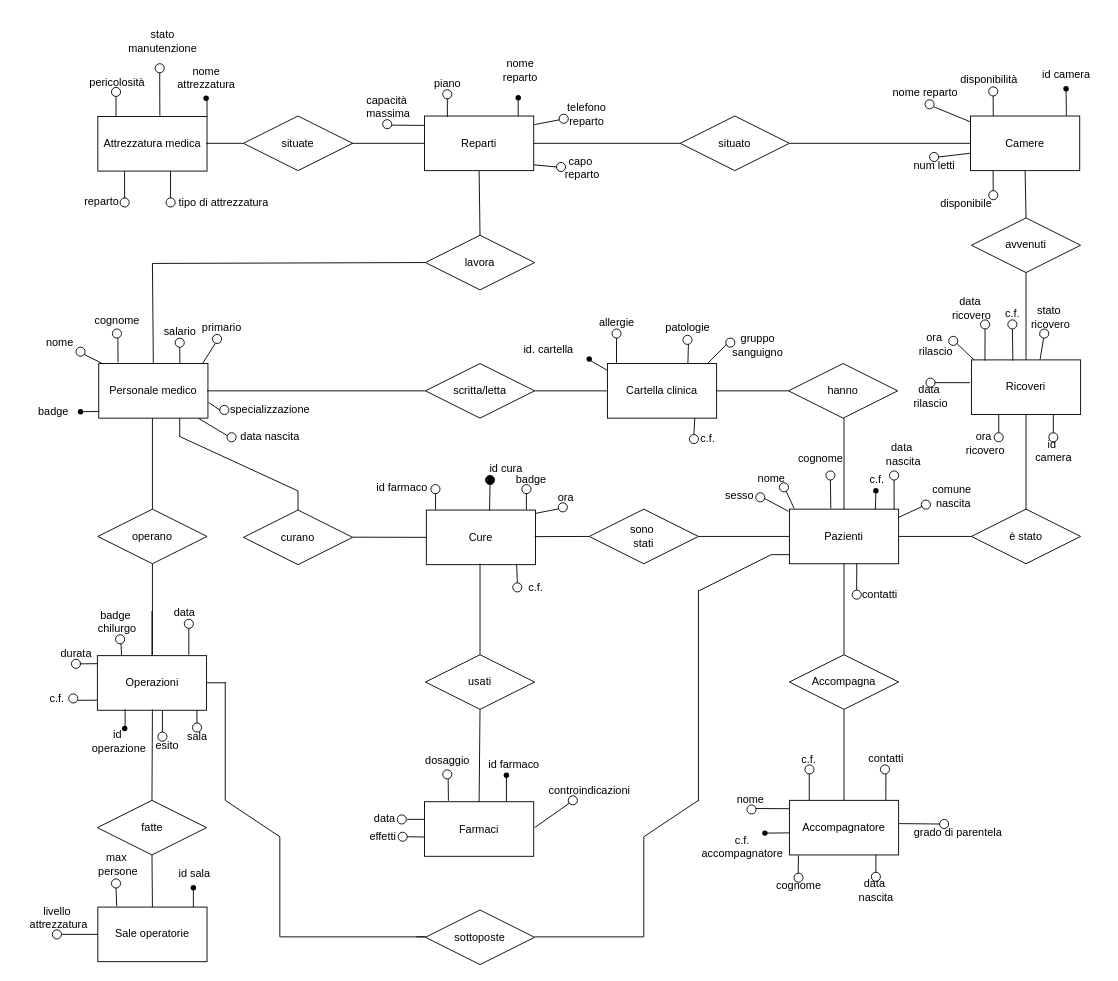
Above: ER-logica2.drawio in MicheleDioli/UniPD-database-project-2024 (draw.io), before the change. Source tidied: cells renumbered, new cells numbered last; positions are measured from the earlier drawing's top-left corner, leaving out a move shared by most shapes. Both pictures are drawn from the tidied source at 91%, with x=0, y=0 at pixel (15, 23).
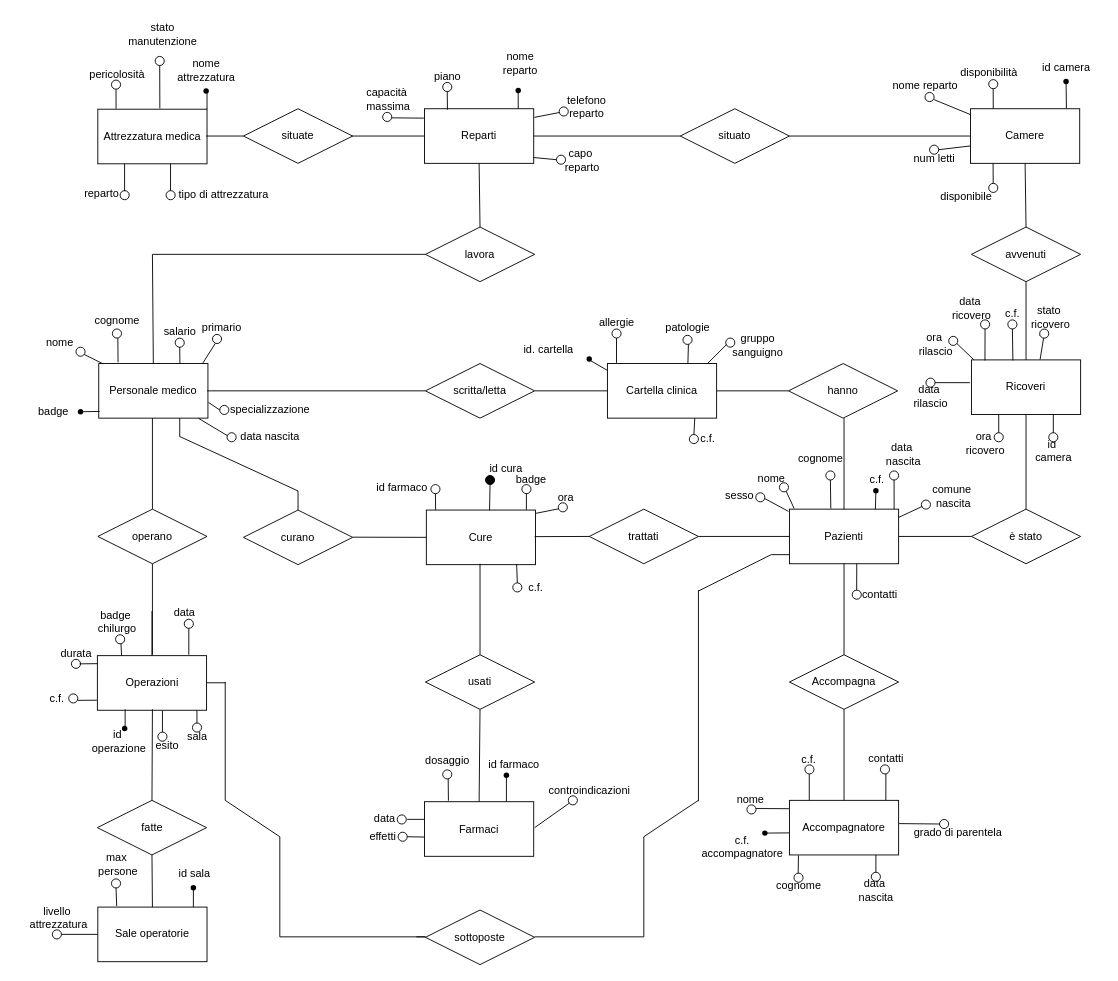
The same page after the edit.

The change refers to these unchanged cells:
```xml
<mxCell id="2" value="Personale medico" style="rounded=0;whiteSpace=wrap;html=1;" parent="1" vertex="1">
  <mxGeometry x="91" y="374" width="120" height="60" as="geometry" />
</mxCell>
<mxCell id="184" value="Ricoveri" style="rounded=0;whiteSpace=wrap;html=1;" parent="1" vertex="1">
  <mxGeometry x="1050" y="370" width="120" height="60" as="geometry" />
</mxCell>
```

The edit, as a diff of the source:
```diff
@@
     <mxCell id="5" value="Reparti" style="rounded=0;whiteSpace=wrap;html=1;" parent="1" vertex="1">
-      <mxGeometry x="449" y="102" width="120" height="60" as="geometry" />
+      <mxGeometry x="449" y="94" width="120" height="60" as="geometry" />
     </mxCell>
     <mxCell id="6" value="Camere" style="rounded=0;whiteSpace=wrap;html=1;" parent="1" vertex="1">
-      <mxGeometry x="1049" y="102" width="120" height="60" as="geometry" />
+      <mxGeometry x="1049" y="94" width="120" height="60" as="geometry" />
     </mxCell>
@@
     <mxCell id="12" value="lavora" style="shape=rhombus;perimeter=rhombusPerimeter;whiteSpace=wrap;html=1;align=center;" parent="1" vertex="1">
-      <mxGeometry x="450" y="233" width="120" height="60" as="geometry" />
+      <mxGeometry x="450" y="224" width="120" height="60" as="geometry" />
     </mxCell>
@@
     <mxCell id="28" value="id camera" style="text;html=1;align=center;verticalAlign=middle;strokeColor=none;fillColor=none;" parent="1" vertex="1">
-      <mxGeometry x="1114" y="42" width="80" height="30" as="geometry" />
+      <mxGeometry x="1114" y="34" width="80" height="30" as="geometry" />
     </mxCell>
     <mxCell id="29" value="num letti" style="text;html=1;align=center;verticalAlign=middle;strokeColor=none;fillColor=none;" parent="1" vertex="1">
-      <mxGeometry x="974" y="142" width="70" height="30" as="geometry" />
+      <mxGeometry x="974" y="134" width="70" height="30" as="geometry" />
     </mxCell>
@@
     <mxCell id="46" value="nome&lt;div&gt;attrezzatura&lt;/div&gt;" style="text;html=1;align=center;verticalAlign=middle;strokeColor=none;fillColor=none;" parent="1" vertex="1">
-      <mxGeometry x="164" y="39.5" width="90" height="40" as="geometry" />
+      <mxGeometry x="164" y="31.5" width="90" height="40" as="geometry" />
     </mxCell>
     <mxCell id="47" value="pericolosità" style="text;html=1;align=center;verticalAlign=middle;strokeColor=none;fillColor=none;" parent="1" vertex="1">
-      <mxGeometry x="71" y="49.5" width="80" height="30" as="geometry" />
+      <mxGeometry x="71" y="41.5" width="80" height="30" as="geometry" />
     </mxCell>
     <mxCell id="48" value="piano" style="text;html=1;align=center;verticalAlign=middle;strokeColor=none;fillColor=none;" parent="1" vertex="1">
-      <mxGeometry x="449" y="52.1" width="50" height="30" as="geometry" />
+      <mxGeometry x="449" y="44.1" width="50" height="30" as="geometry" />
     </mxCell>
@@
     <mxCell id="67" style="ellipse;whiteSpace=wrap;html=1;" parent="1" vertex="1">
-      <mxGeometry x="469" y="73.1" width="10" height="10" as="geometry" />
+      <mxGeometry x="469" y="65.1" width="10" height="10" as="geometry" />
     </mxCell>
     <mxCell id="68" style="endArrow=none;html=1;rounded=0;exitX=0.793;exitY=-0.001;exitDx=0;exitDy=0;exitPerimeter=0;" parent="1" edge="1">
       <mxGeometry relative="1" as="geometry">
-        <mxPoint x="474.2" y="103" as="sourcePoint" />
-        <mxPoint x="474" y="83.1" as="targetPoint" />
+        <mxPoint x="474.2" y="95" as="sourcePoint" />
+        <mxPoint x="474" y="75.1" as="targetPoint" />
       </mxGeometry>
     </mxCell>
@@
     <mxCell id="103" style="endArrow=none;html=1;rounded=0;exitX=0.172;exitY=-0.009;exitDx=0;exitDy=0;exitPerimeter=0;" parent="1" edge="1">
       <mxGeometry relative="1" as="geometry">
-        <mxPoint x="210" y="102.5" as="sourcePoint" />
-        <mxPoint x="210" y="82.5" as="targetPoint" />
+        <mxPoint x="210" y="94.5" as="sourcePoint" />
+        <mxPoint x="210" y="74.5" as="targetPoint" />
       </mxGeometry>
     </mxCell>
@@
     <mxCell id="122" style="ellipse;whiteSpace=wrap;html=1;" parent="1" vertex="1">
-      <mxGeometry x="105" y="70.5" width="10" height="10" as="geometry" />
+      <mxGeometry x="105" y="62.5" width="10" height="10" as="geometry" />
     </mxCell>
     <mxCell id="123" value="situate" style="shape=rhombus;perimeter=rhombusPerimeter;whiteSpace=wrap;html=1;align=center;" parent="1" vertex="1">
-      <mxGeometry x="250" y="102" width="120" height="60" as="geometry" />
+      <mxGeometry x="250" y="94" width="120" height="60" as="geometry" />
     </mxCell>
@@
     <mxCell id="125" style="endArrow=none;html=1;exitX=1;exitY=0.5;exitDx=0;exitDy=0;" parent="1" edge="1" source="153">
       <mxGeometry relative="1" as="geometry">
-        <mxPoint x="204" y="132.5" as="targetPoint" />
+        <mxPoint x="204" y="124.5" as="targetPoint" />
       </mxGeometry>
     </mxCell>
     <mxCell id="126" style="endArrow=none;html=1;" parent="1" edge="1">
       <mxGeometry relative="1" as="geometry">
-        <mxPoint x="169.9" y="192" as="sourcePoint" />
-        <mxPoint x="169.9" y="162" as="targetPoint" />
+        <mxPoint x="169.9" y="184" as="sourcePoint" />
+        <mxPoint x="169.9" y="154" as="targetPoint" />
       </mxGeometry>
     </mxCell>
     <mxCell id="127" style="ellipse;whiteSpace=wrap;html=1;" parent="1" vertex="1">
-      <mxGeometry x="165" y="192" width="10" height="10" as="geometry" />
+      <mxGeometry x="165" y="184" width="10" height="10" as="geometry" />
     </mxCell>
     <mxCell id="128" value="tipo di attrezzatura" style="text;html=1;align=center;verticalAlign=middle;strokeColor=none;fillColor=none;" parent="1" vertex="1">
-      <mxGeometry x="168" y="182" width="120" height="30" as="geometry" />
+      <mxGeometry x="168" y="174" width="120" height="30" as="geometry" />
     </mxCell>
     <mxCell id="129" value="nome&lt;br&gt;reparto" style="text;html=1;align=center;verticalAlign=middle;strokeColor=none;fillColor=none;" parent="1" vertex="1">
-      <mxGeometry x="524" y="32" width="60" height="40" as="geometry" />
+      <mxGeometry x="524" y="24" width="60" height="40" as="geometry" />
     </mxCell>
     <mxCell id="130" style="endArrow=none;html=1;rounded=0;exitX=0.793;exitY=-0.001;exitDx=0;exitDy=0;exitPerimeter=0;" parent="1" edge="1">
       <mxGeometry relative="1" as="geometry">
-        <mxPoint x="552" y="102" as="sourcePoint" />
-        <mxPoint x="551.9" y="82.1" as="targetPoint" />
+        <mxPoint x="552" y="94" as="sourcePoint" />
+        <mxPoint x="551.9" y="74.1" as="targetPoint" />
       </mxGeometry>
     </mxCell>
     <mxCell id="131" value="disponibilità" style="text;html=1;align=center;verticalAlign=middle;strokeColor=none;fillColor=none;" parent="1" vertex="1">
-      <mxGeometry x="1024" y="47" width="90" height="30" as="geometry" />
+      <mxGeometry x="1024" y="39" width="90" height="30" as="geometry" />
     </mxCell>
@@
     <mxCell id="135" value="capacità&amp;nbsp;&lt;div&gt;massima&lt;/div&gt;" style="text;html=1;align=center;verticalAlign=middle;strokeColor=none;fillColor=none;" parent="1" vertex="1">
-      <mxGeometry x="374" y="72" width="70" height="40" as="geometry" />
+      <mxGeometry x="374" y="64" width="70" height="40" as="geometry" />
     </mxCell>
     <mxCell id="136" style="ellipse;whiteSpace=wrap;html=1;" parent="1" vertex="1">
-      <mxGeometry x="403" y="106" width="10" height="10" as="geometry" />
+      <mxGeometry x="403" y="98" width="10" height="10" as="geometry" />
     </mxCell>
     <mxCell id="137" style="endArrow=none;html=1;rounded=0;exitX=-0.006;exitY=0.172;exitDx=0;exitDy=0;exitPerimeter=0;" parent="1" edge="1" source="5">
       <mxGeometry relative="1" as="geometry">
-        <mxPoint x="413" y="112" as="targetPoint" />
+        <mxPoint x="413" y="104" as="targetPoint" />
       </mxGeometry>
     </mxCell>
     <mxCell id="138" value="stato&lt;div&gt;manutenzione&lt;/div&gt;" style="text;html=1;align=center;verticalAlign=middle;strokeColor=none;fillColor=none;" parent="1" vertex="1">
-      <mxGeometry x="111" y="-0.5" width="100" height="40" as="geometry" />
+      <mxGeometry x="111" y="-8.5" width="100" height="40" as="geometry" />
     </mxCell>
     <mxCell id="139" style="ellipse;whiteSpace=wrap;html=1;" parent="1" vertex="1">
-      <mxGeometry x="153" y="44.5" width="10" height="10" as="geometry" />
+      <mxGeometry x="153" y="36.5" width="10" height="10" as="geometry" />
     </mxCell>
@@
     <mxCell id="144" style="ellipse;whiteSpace=wrap;html=1;" parent="1" vertex="1">
-      <mxGeometry x="1069" y="70" width="10" height="10" as="geometry" />
+      <mxGeometry x="1069" y="62" width="10" height="10" as="geometry" />
     </mxCell>
     <mxCell id="145" style="endArrow=none;html=1;rounded=0;" parent="1" edge="1">
       <mxGeometry relative="1" as="geometry">
-        <mxPoint x="1074" y="102" as="sourcePoint" />
-        <mxPoint x="1073.9" y="80" as="targetPoint" />
+        <mxPoint x="1074" y="94" as="sourcePoint" />
+        <mxPoint x="1073.9" y="72" as="targetPoint" />
       </mxGeometry>
     </mxCell>
@@
     <mxCell id="153" value="Attrezzatura medica" style="rounded=0;whiteSpace=wrap;html=1;" parent="1" vertex="1">
-      <mxGeometry x="90" y="102.5" width="120" height="60" as="geometry" />
+      <mxGeometry x="90" y="94.5" width="120" height="60" as="geometry" />
     </mxCell>
@@
     <mxCell id="158" value="capo&amp;nbsp;&lt;div&gt;reparto&lt;/div&gt;" style="text;html=1;align=center;verticalAlign=middle;strokeColor=none;fillColor=none;" parent="1" vertex="1">
-      <mxGeometry x="592" y="138.5" width="60" height="40" as="geometry" />
+      <mxGeometry x="592" y="130.5" width="60" height="40" as="geometry" />
     </mxCell>
     <mxCell id="159" style="ellipse;whiteSpace=wrap;html=1;" parent="1" vertex="1">
-      <mxGeometry x="594" y="153" width="10" height="10" as="geometry" />
+      <mxGeometry x="594" y="145" width="10" height="10" as="geometry" />
     </mxCell>
     <mxCell id="160" style="endArrow=none;html=1;rounded=0;exitX=0;exitY=0.5;exitDx=0;exitDy=0;" parent="1" edge="1" source="159">
       <mxGeometry relative="1" as="geometry">
-        <mxPoint x="569" y="155.6" as="targetPoint" />
+        <mxPoint x="569" y="147.6" as="targetPoint" />
       </mxGeometry>
     </mxCell>
@@
     <mxCell id="166" style="shape=waypoint;sketch=0;fillStyle=solid;size=6;fillColor=none;perimeter=centerPerimeter;" parent="1" vertex="1">
-      <mxGeometry x="199" y="72.5" width="20" height="20" as="geometry" />
+      <mxGeometry x="199" y="64.5" width="20" height="20" as="geometry" />
     </mxCell>
     <mxCell id="167" style="shape=waypoint;sketch=0;fillStyle=solid;size=6;fillColor=none;perimeter=centerPerimeter;" parent="1" vertex="1">
-      <mxGeometry x="542" y="72" width="20" height="20" as="geometry" />
+      <mxGeometry x="542" y="64" width="20" height="20" as="geometry" />
     </mxCell>
@@
     <mxCell id="173" style="shape=waypoint;sketch=0;fillStyle=solid;size=6;points=[];fillColor=none;perimeter=centerPerimeter;snapToPoint=1;" parent="1" vertex="1">
-      <mxGeometry x="1144" y="62" width="20" height="20" as="geometry" />
+      <mxGeometry x="1144" y="54" width="20" height="20" as="geometry" />
     </mxCell>
@@
     <mxCell id="175" style="ellipse;whiteSpace=wrap;html=1;" parent="1" vertex="1">
-      <mxGeometry x="1004" y="142" width="10" height="10" as="geometry" />
+      <mxGeometry x="1004" y="134" width="10" height="10" as="geometry" />
     </mxCell>
@@
     <mxCell id="181" value="nome reparto" style="text;html=1;align=center;verticalAlign=middle;strokeColor=none;fillColor=none;" parent="1" vertex="1">
-      <mxGeometry x="954" y="62" width="90" height="30" as="geometry" />
+      <mxGeometry x="954" y="54" width="90" height="30" as="geometry" />
     </mxCell>
     <mxCell id="182" style="ellipse;whiteSpace=wrap;html=1;" parent="1" vertex="1">
-      <mxGeometry x="999" y="84.1" width="10" height="10" as="geometry" />
+      <mxGeometry x="999" y="76.1" width="10" height="10" as="geometry" />
     </mxCell>
     <mxCell id="183" style="endArrow=none;html=1;rounded=0;exitX=-0.003;exitY=0.105;exitDx=0;exitDy=0;exitPerimeter=0;" parent="1" edge="1" source="6">
       <mxGeometry relative="1" as="geometry">
-        <mxPoint x="1009" y="92" as="targetPoint" />
+        <mxPoint x="1009" y="84" as="targetPoint" />
       </mxGeometry>
     </mxCell>
@@
     <mxCell id="185" value="avvenuti" style="shape=rhombus;perimeter=rhombusPerimeter;whiteSpace=wrap;html=1;align=center;" parent="1" vertex="1">
-      <mxGeometry x="1050" y="214" width="120" height="60" as="geometry" />
+      <mxGeometry x="1050" y="224" width="120" height="60" as="geometry" />
     </mxCell>
     <mxCell id="186" style="ellipse;whiteSpace=wrap;html=1;" parent="1" vertex="1">
-      <mxGeometry x="1069" y="184" width="10" height="10" as="geometry" />
+      <mxGeometry x="1069" y="176" width="10" height="10" as="geometry" />
     </mxCell>
     <mxCell id="187" style="endArrow=none;html=1;rounded=0;exitX=0.874;exitY=0.004;exitDx=0;exitDy=0;exitPerimeter=0;" parent="1" edge="1" source="189">
       <mxGeometry relative="1" as="geometry">
-        <mxPoint x="1073.8" y="162" as="targetPoint" />
+        <mxPoint x="1073.8" y="154" as="targetPoint" />
       </mxGeometry>
     </mxCell>
     <mxCell id="188" style="endArrow=none;html=1;rounded=0;" parent="1" edge="1" target="189">
       <mxGeometry relative="1" as="geometry">
-        <mxPoint x="1073.9" y="184" as="sourcePoint" />
+        <mxPoint x="1073.9" y="176" as="sourcePoint" />
       </mxGeometry>
     </mxCell>
     <mxCell id="189" value="disponibile" style="text;html=1;align=center;verticalAlign=middle;points=[];strokeColor=none;fillColor=none;" parent="1" vertex="1">
-      <mxGeometry x="1004" y="184" width="80" height="30" as="geometry" />
+      <mxGeometry x="1004" y="176" width="80" height="30" as="geometry" />
     </mxCell>
     <mxCell id="190" style="endArrow=none;html=1;rounded=0;exitX=0.5;exitY=0;exitDx=0;exitDy=0;" parent="1" edge="1" source="184">
       <mxGeometry relative="1" as="geometry">
-        <mxPoint x="1110" y="274" as="targetPoint" />
+        <mxPoint x="1110" y="284" as="targetPoint" />
       </mxGeometry>
     </mxCell>
@@
     <mxCell id="192" value="situato" style="shape=rhombus;perimeter=rhombusPerimeter;whiteSpace=wrap;html=1;align=center;" parent="1" vertex="1">
-      <mxGeometry x="730" y="102" width="120" height="60" as="geometry" />
+      <mxGeometry x="730" y="94" width="120" height="60" as="geometry" />
     </mxCell>
     <mxCell id="193" style="endArrow=none;html=1;rounded=0;entryX=0;entryY=0.5;entryDx=0;entryDy=0;" parent="1" edge="1" target="192">
       <mxGeometry relative="1" as="geometry">
-        <mxPoint x="569" y="132" as="sourcePoint" />
+        <mxPoint x="569" y="124" as="sourcePoint" />
       </mxGeometry>
     </mxCell>
@@
     <mxCell id="250" style="endArrow=none;html=1;rounded=0;entryX=0;entryY=0.5;entryDx=0;entryDy=0;" parent="1" edge="1" target="123">
       <mxGeometry relative="1" as="geometry">
-        <mxPoint x="209" y="132" as="sourcePoint" />
+        <mxPoint x="209" y="124" as="sourcePoint" />
       </mxGeometry>
     </mxCell>
     <mxCell id="251" style="endArrow=none;html=1;rounded=0;entryX=0;entryY=0.5;entryDx=0;entryDy=0;" parent="1" edge="1" target="5">
       <mxGeometry relative="1" as="geometry">
-        <mxPoint x="369" y="132" as="sourcePoint" />
+        <mxPoint x="369" y="124" as="sourcePoint" />
       </mxGeometry>
     </mxCell>
     <mxCell id="252" value="telefono&lt;div&gt;reparto&lt;/div&gt;" style="text;html=1;align=center;verticalAlign=middle;strokeColor=none;fillColor=none;" parent="1" vertex="1">
-      <mxGeometry x="592" y="79.5" width="70" height="40" as="geometry" />
+      <mxGeometry x="592" y="71.5" width="70" height="40" as="geometry" />
     </mxCell>
     <mxCell id="253" style="ellipse;whiteSpace=wrap;html=1;" parent="1" vertex="1">
-      <mxGeometry x="597" y="100" width="10" height="10" as="geometry" />
+      <mxGeometry x="597" y="92" width="10" height="10" as="geometry" />
     </mxCell>
     <mxCell id="254" style="endArrow=none;html=1;rounded=0;exitX=0;exitY=0.5;exitDx=0;exitDy=0;entryX=1.006;entryY=0.158;entryDx=0;entryDy=0;entryPerimeter=0;" parent="1" edge="1" target="5">
       <mxGeometry relative="1" as="geometry">
-        <mxPoint x="597" y="106.2" as="sourcePoint" />
+        <mxPoint x="597" y="98.2" as="sourcePoint" />
       </mxGeometry>
     </mxCell>
-    <mxCell id="255" value="sono&amp;nbsp;&lt;div&gt;stati&lt;/div&gt;" style="shape=rhombus;perimeter=rhombusPerimeter;whiteSpace=wrap;html=1;align=center;" parent="1" vertex="1">
+    <mxCell id="255" value="trattati" style="shape=rhombus;perimeter=rhombusPerimeter;whiteSpace=wrap;html=1;align=center;" parent="1" vertex="1">
       <mxGeometry x="630" y="534" width="120" height="60" as="geometry" />
     </mxCell>
@@
-    <mxCell id="258" style="endArrow=none;html=1;entryX=0.5;entryY=1;entryDx=0;entryDy=0;exitX=0.5;exitY=0;exitDx=0;exitDy=0;" parent="1" edge="1" source="12" target="5">
-      <mxGeometry relative="1" as="geometry" />
-    </mxCell>
-    <mxCell id="259" style="endArrow=none;html=1;exitX=0;exitY=0.5;exitDx=0;exitDy=0;" parent="1" edge="1" source="12">
-      <mxGeometry relative="1" as="geometry">
-        <mxPoint x="150" y="264" as="targetPoint" />
-      </mxGeometry>
-    </mxCell>
     <mxCell id="260" style="endArrow=none;html=1;exitX=0.5;exitY=0;exitDx=0;exitDy=0;" parent="1" edge="1" source="2">
       <mxGeometry relative="1" as="geometry">
-        <mxPoint x="150" y="264" as="targetPoint" />
+        <mxPoint x="150" y="254" as="targetPoint" />
       </mxGeometry>
     </mxCell>
-    <mxCell id="261" style="endArrow=none;html=1;entryX=0.5;entryY=0;entryDx=0;entryDy=0;exitX=0.5;exitY=1;exitDx=0;exitDy=0;" parent="1" edge="1" source="6" target="185">
-      <mxGeometry relative="1" as="geometry" />
-    </mxCell>
@@
     <mxCell id="276" value="reparto" style="text;html=1;align=center;verticalAlign=middle;strokeColor=none;fillColor=none;" parent="1" vertex="1">
-      <mxGeometry x="64" y="180.5" width="60" height="30" as="geometry" />
+      <mxGeometry x="64" y="172.5" width="60" height="30" as="geometry" />
     </mxCell>
     <mxCell id="277" style="ellipse;whiteSpace=wrap;html=1;" parent="1" vertex="1">
-      <mxGeometry x="114.5" y="192" width="10" height="10" as="geometry" />
+      <mxGeometry x="114.5" y="184" width="10" height="10" as="geometry" />
     </mxCell>
     <mxCell id="278" style="endArrow=none;html=1;" parent="1" edge="1">
       <mxGeometry relative="1" as="geometry">
-        <mxPoint x="119.4" y="192.5" as="sourcePoint" />
-        <mxPoint x="119.4" y="162.5" as="targetPoint" />
+        <mxPoint x="119.4" y="184.5" as="sourcePoint" />
+        <mxPoint x="119.4" y="154.5" as="targetPoint" />
       </mxGeometry>
     </mxCell>
+    <mxCell id="279" style="endArrow=none;html=1;rounded=0;entryX=0.5;entryY=1;entryDx=0;entryDy=0;" parent="1" edge="1" target="6">
+      <mxGeometry relative="1" as="geometry">
+        <mxPoint x="1110" y="224" as="sourcePoint" />
+      </mxGeometry>
+    </mxCell>
+    <mxCell id="280" style="endArrow=none;html=1;rounded=0;" parent="1" edge="1">
+      <mxGeometry relative="1" as="geometry">
+        <mxPoint x="150" y="254" as="sourcePoint" />
+        <mxPoint x="450" y="254" as="targetPoint" />
+      </mxGeometry>
+    </mxCell>
+    <mxCell id="281" style="endArrow=none;html=1;rounded=0;entryX=0.5;entryY=1;entryDx=0;entryDy=0;" parent="1" edge="1" target="5">
+      <mxGeometry relative="1" as="geometry">
+        <mxPoint x="510" y="224" as="sourcePoint" />
+      </mxGeometry>
+    </mxCell>
```
